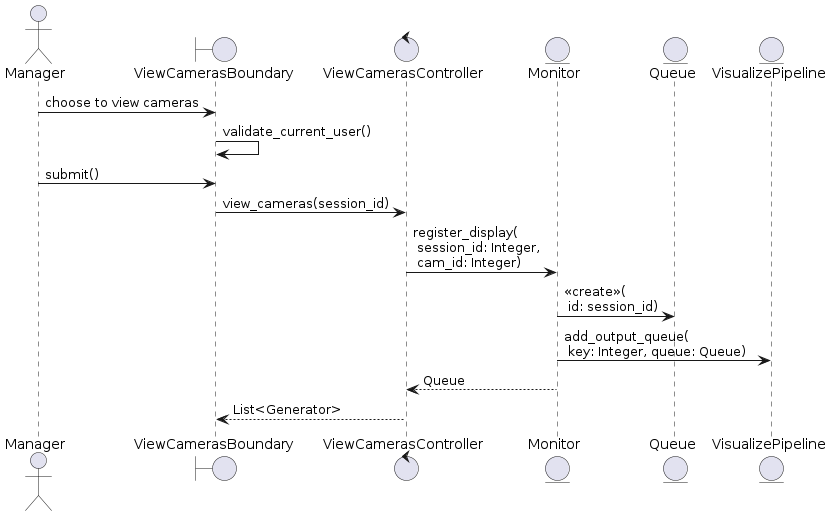
The PlantUML diagram docs/UML/Sequence Diagrams/view-real_time-cameras.png in LapTQ/MCT, before a commit.
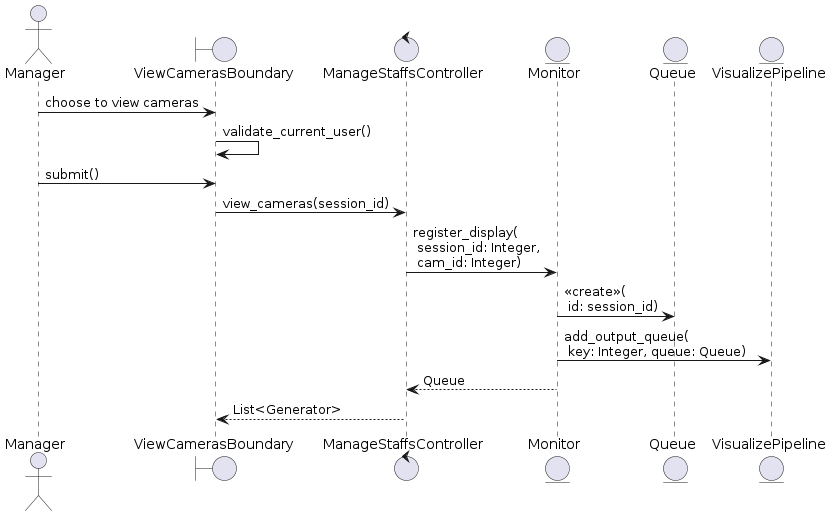
The same diagram one commit later.

Diff of the diagram source:
```diff
@@ -2,7 +2,7 @@
 
 actor Manager as A
 boundary ViewCamerasBoundary as B
-control ViewCamerasController as C
+control ManageStaffsController as C
 entity Monitor
 entity Queue
 entity VisualizePipeline as PLVis
```
